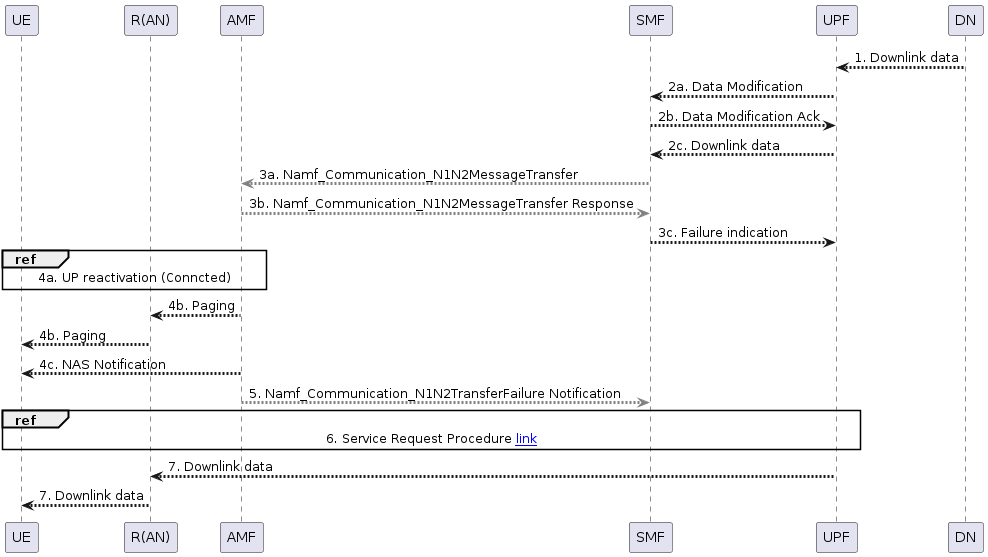
Before: 5G_UMLs/Procedures/Network Triggered Service Request.png, a diagram exported from PlantUML (tariromukute/5gc-features). Its diagram source:
```plantuml
@startuml Network Triggered Service Request

!include /home/common.puml



!$DEFAULT_COLOR = "#gray"

participant UE as UE
participant "R(AN)" as RAN
participant AMF as AMF
participant SMF as SMF
participant UPF as UPF
participant DN as DN

!$Namf_Communication_N1N2MessageTransfer ?= $DEFAULT_COLOR
!$Namf_Communication_N1N2TransferFailure ?= $DEFAULT_COLOR

DN --> UPF : 1. Downlink data
UPF --> SMF : 2a. Data Modification
UPF <-- SMF : 2b. Data Modification Ack
UPF --> SMF : 2c. Downlink data
SMF -[$Namf_Communication_N1N2MessageTransfer]-> AMF : 3a. Namf_Communication_N1N2MessageTransfer
SMF <-[$Namf_Communication_N1N2MessageTransfer]- AMF : 3b. Namf_Communication_N1N2MessageTransfer Response
SMF --> UPF : 3c. Failure indication
ref over UE,RAN,AMF
    4a. UP reactivation (Conncted)
end ref
AMF --> RAN : 4b. Paging
RAN --> UE : 4b. Paging
AMF --> UE : 4c. NAS Notification
AMF -[$Namf_Communication_N1N2TransferFailure]-> SMF : 5. Namf_Communication_N1N2TransferFailure Notification
ref over UE,RAN,AMF,SMF,UPF
    6. Service Request Procedure [[file://TS23502_UERequested_PDU_Session_Establishment_NonRoaming_And_Roaming_With_Local_Breakout.puml link]]
end ref
UPF --> RAN : 7. Downlink data
RAN --> UE : 7. Downlink data

@enduml
```
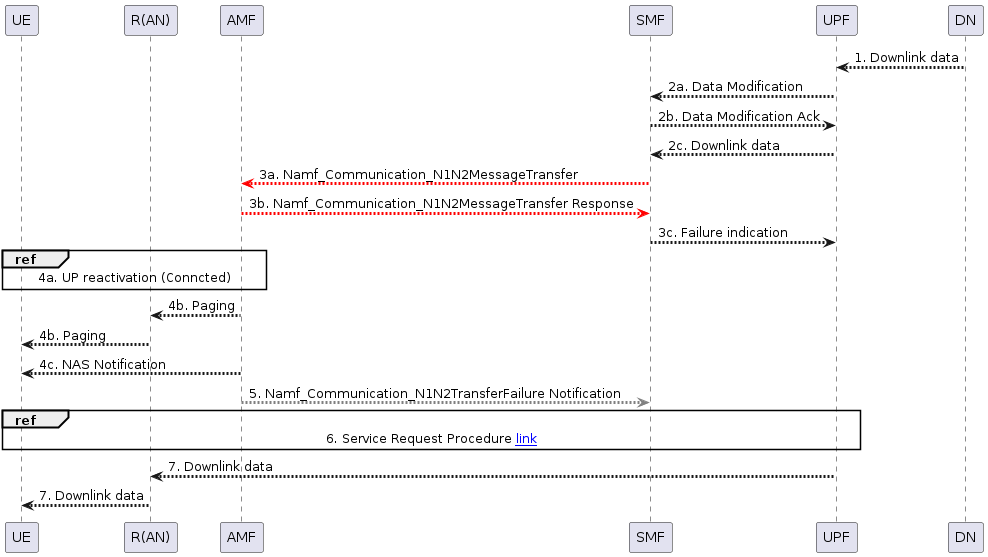
The same diagram one commit later.

Change to the diagram source:
```diff
@@ -1,10 +1,8 @@
 @startuml Network Triggered Service Request
 
 !include /home/common.puml
+!$Namf_Communication = %load_json("/home/vars/Namf_Communication.json")
 
-
-
-!$DEFAULT_COLOR = "#gray"
 
 participant UE as UE
 participant "R(AN)" as RAN
@@ -13,8 +11,8 @@
 participant UPF as UPF
 participant DN as DN
 
-!$Namf_Communication_N1N2MessageTransfer ?= $DEFAULT_COLOR
-!$Namf_Communication_N1N2TransferFailure ?= $DEFAULT_COLOR
+!$Namf_Communication_N1N2MessageTransfer ?= $color($Namf_Communication.Namf_Communication_N1N2MessageTransfer)
+!$Namf_Communication_N1N2TransferFailure ?= $color($Namf_Communication.Namf_Communication_N1N2TransferFailure)
 
 DN --> UPF : 1. Downlink data
 UPF --> SMF : 2a. Data Modification
```
